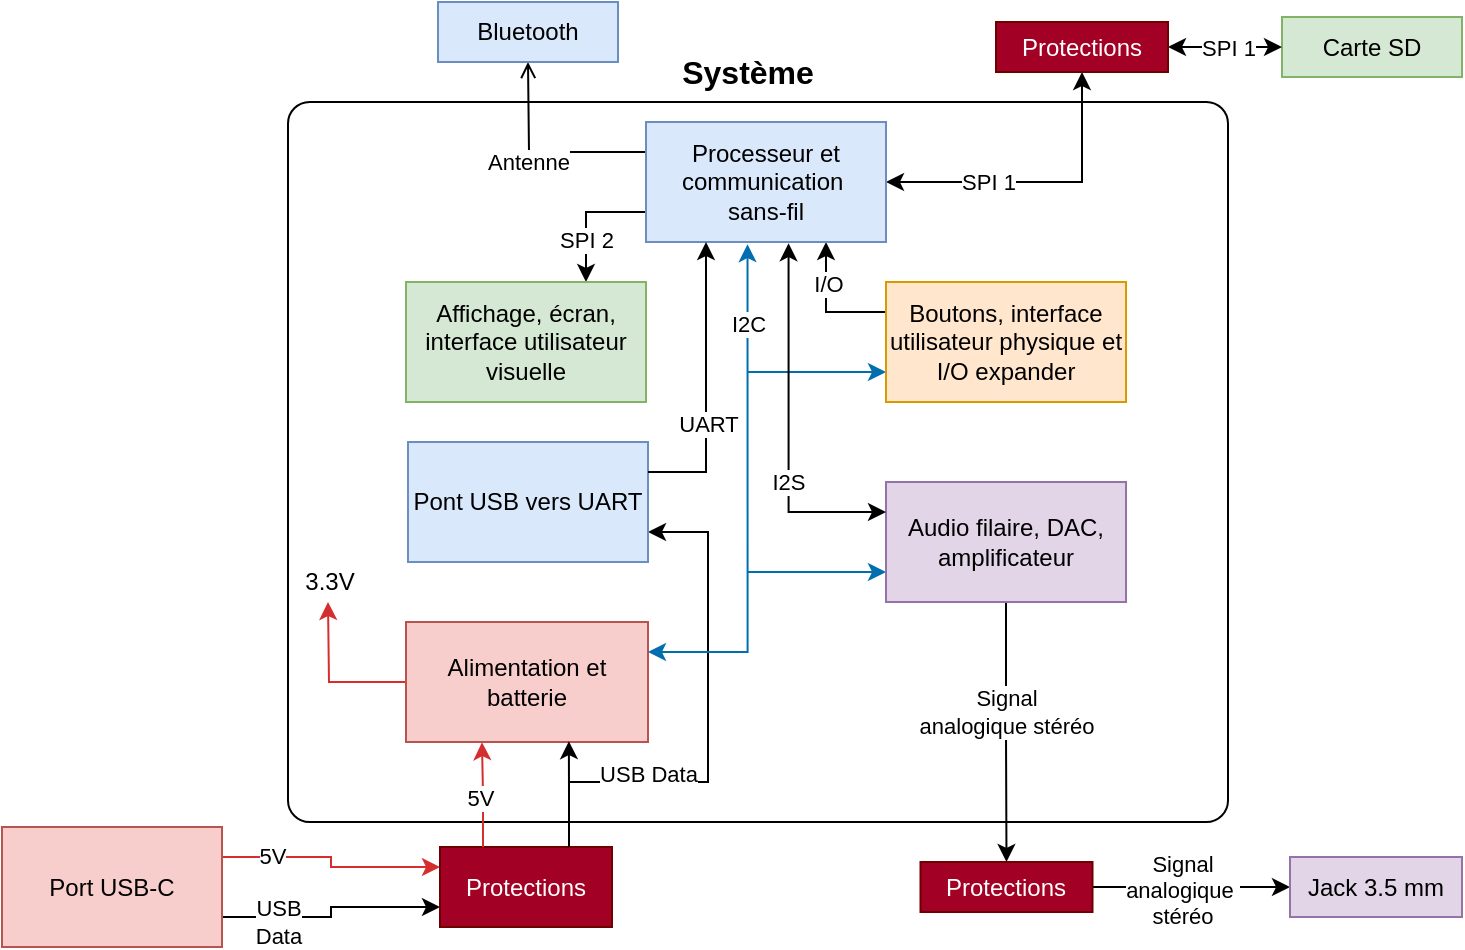
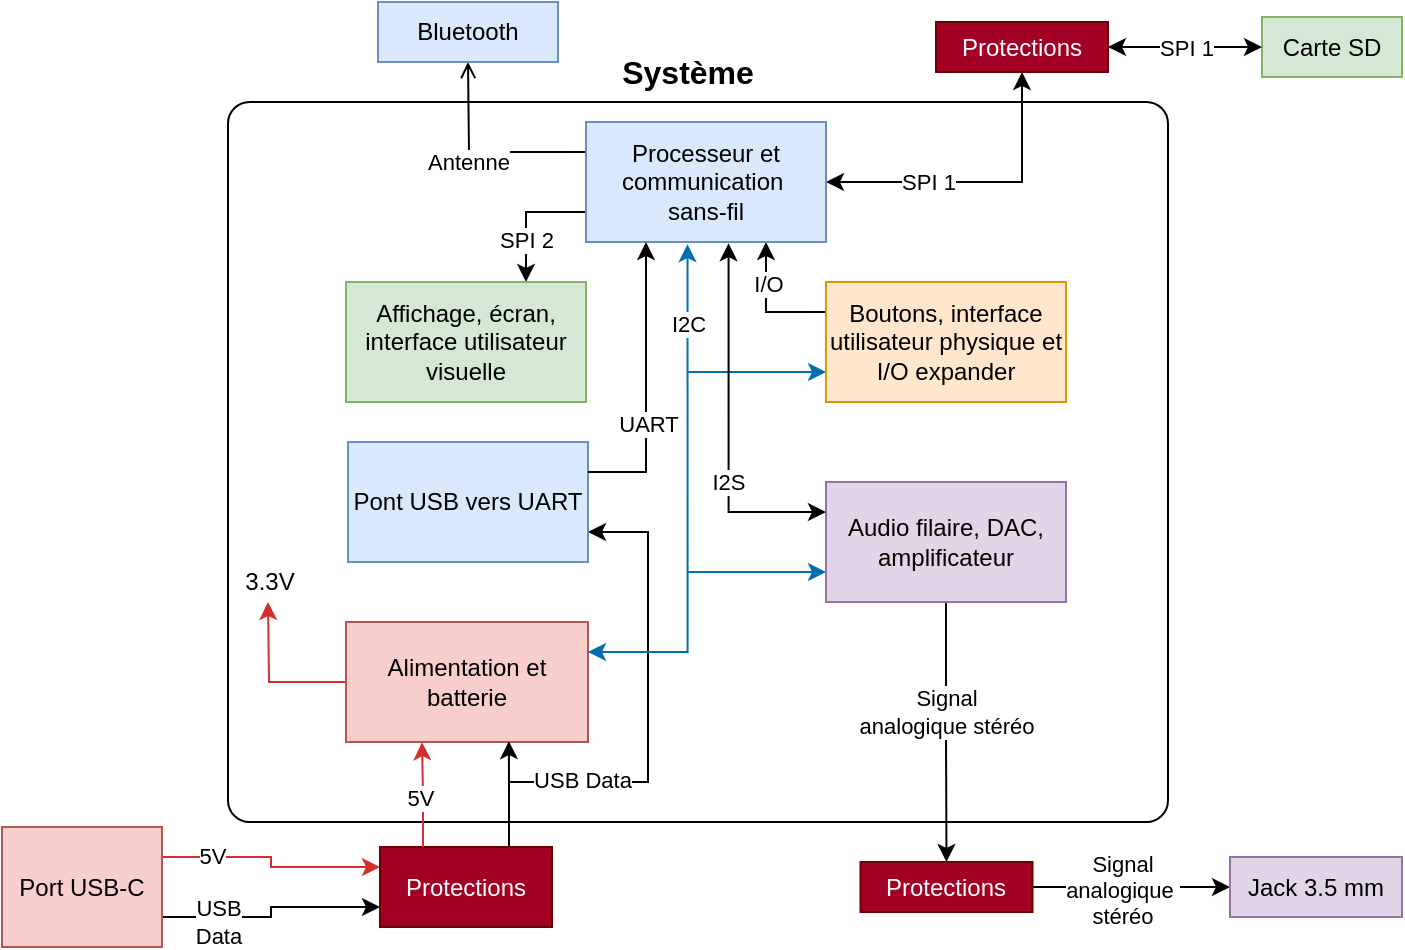
<mxfile host="app.diagrams.net" agent="Mozilla/5.0 (Windows NT 10.0; Win64; x64; rv:148.0) Gecko/20100101 Firefox/148.0">
  <diagram name="Page-1" id="Mp4qxl4u3dfNtDBe53xb">
    <mxGraphModel dx="1539" dy="701" grid="1" gridSize="10" guides="1" tooltips="1" connect="1" arrows="1" fold="1" page="1" pageScale="1" pageWidth="827" pageHeight="1169" math="0" shadow="0">
      <root>
        <mxCell id="0" />
        <mxCell id="1" parent="0" />
        <mxCell id="InfD0HFL66ZjcEA0G4re-41" parent="1" style="rounded=1;whiteSpace=wrap;html=1;arcSize=3;" value="" vertex="1">
          <mxGeometry height="360" width="470" x="183" y="340" as="geometry" />
        </mxCell>
        <mxCell id="zYMX3MGjl0S8vz_TeQ27-14" edge="1" parent="1" source="mWaRPkYXV2c9awh6F8o4-3" style="edgeStyle=orthogonalEdgeStyle;rounded=0;orthogonalLoop=1;jettySize=auto;html=1;exitX=1;exitY=0.25;exitDx=0;exitDy=0;entryX=0;entryY=0.25;entryDx=0;entryDy=0;fillColor=#f8cecc;strokeColor=#D52E2E;" target="mWaRPkYXV2c9awh6F8o4-29">
          <mxGeometry relative="1" as="geometry" />
        </mxCell>
        <mxCell id="zYMX3MGjl0S8vz_TeQ27-16" connectable="0" parent="zYMX3MGjl0S8vz_TeQ27-14" style="edgeLabel;html=1;align=center;verticalAlign=middle;resizable=0;points=[];" value="5V" vertex="1">
          <mxGeometry relative="1" x="-0.6169" y="-2" as="geometry">
            <mxPoint x="3" y="-3" as="offset" />
          </mxGeometry>
        </mxCell>
        <mxCell id="zYMX3MGjl0S8vz_TeQ27-15" edge="1" parent="1" source="mWaRPkYXV2c9awh6F8o4-3" style="edgeStyle=orthogonalEdgeStyle;rounded=0;orthogonalLoop=1;jettySize=auto;html=1;exitX=1;exitY=0.75;exitDx=0;exitDy=0;entryX=0;entryY=0.75;entryDx=0;entryDy=0;" target="mWaRPkYXV2c9awh6F8o4-29">
          <mxGeometry relative="1" as="geometry" />
        </mxCell>
        <mxCell id="zYMX3MGjl0S8vz_TeQ27-17" connectable="0" parent="zYMX3MGjl0S8vz_TeQ27-15" style="edgeLabel;html=1;align=center;verticalAlign=middle;resizable=0;points=[];" value="&lt;div&gt;USB&lt;/div&gt;&lt;div&gt;Data&lt;/div&gt;" vertex="1">
          <mxGeometry relative="1" x="-0.505" y="-2" as="geometry">
            <mxPoint as="offset" />
          </mxGeometry>
        </mxCell>
        <mxCell id="mWaRPkYXV2c9awh6F8o4-3" parent="1" style="rounded=0;whiteSpace=wrap;html=1;fillColor=#f8cecc;strokeColor=#b85450;" value="Port USB-C" vertex="1">
-           <mxGeometry height="60" width="110" x="40" y="702.5" as="geometry" />
+           <mxGeometry height="60" width="80" x="70" y="702.5" as="geometry" />
        </mxCell>
        <mxCell id="InfD0HFL66ZjcEA0G4re-30" edge="1" parent="1" source="mWaRPkYXV2c9awh6F8o4-9" style="edgeStyle=orthogonalEdgeStyle;rounded=0;orthogonalLoop=1;jettySize=auto;html=1;exitX=0;exitY=0.5;exitDx=0;exitDy=0;strokeColor=#D52E2E;">
          <mxGeometry relative="1" as="geometry">
            <mxPoint x="203" y="590" as="targetPoint" />
          </mxGeometry>
        </mxCell>
        <mxCell id="mWaRPkYXV2c9awh6F8o4-9" parent="1" style="rounded=0;whiteSpace=wrap;html=1;fillColor=#f8cecc;strokeColor=#b85450;" value="Alimentation et batterie" vertex="1">
          <mxGeometry height="60" width="121" x="242" y="600" as="geometry" />
        </mxCell>
        <mxCell id="mWaRPkYXV2c9awh6F8o4-10" edge="1" parent="1" source="mWaRPkYXV2c9awh6F8o4-17" style="edgeStyle=orthogonalEdgeStyle;rounded=0;orthogonalLoop=1;jettySize=auto;html=1;exitX=0;exitY=0.25;exitDx=0;exitDy=0;endArrow=open;endFill=0;">
          <mxGeometry relative="1" as="geometry">
            <mxPoint x="303" y="320" as="targetPoint" />
          </mxGeometry>
        </mxCell>
        <mxCell id="mWaRPkYXV2c9awh6F8o4-11" connectable="0" parent="mWaRPkYXV2c9awh6F8o4-10" style="edgeLabel;html=1;align=center;verticalAlign=middle;resizable=0;points=[];" value="&lt;div&gt;Antenne&lt;/div&gt;" vertex="1">
          <mxGeometry relative="1" x="0.3241" y="1" as="geometry">
            <mxPoint y="15" as="offset" />
          </mxGeometry>
        </mxCell>
        <mxCell id="mWaRPkYXV2c9awh6F8o4-14" edge="1" parent="1" source="mWaRPkYXV2c9awh6F8o4-17" style="edgeStyle=orthogonalEdgeStyle;rounded=0;orthogonalLoop=1;jettySize=auto;html=1;exitX=0.75;exitY=1;exitDx=0;exitDy=0;entryX=0;entryY=0.25;entryDx=0;entryDy=0;startArrow=classic;startFill=1;endArrow=none;endFill=0;" target="mWaRPkYXV2c9awh6F8o4-19">
          <mxGeometry relative="1" as="geometry" />
        </mxCell>
        <mxCell id="InfD0HFL66ZjcEA0G4re-4" connectable="0" parent="mWaRPkYXV2c9awh6F8o4-14" style="edgeLabel;html=1;align=center;verticalAlign=middle;resizable=0;points=[];" value="I/O" vertex="1">
          <mxGeometry relative="1" x="-0.3549" y="1" as="geometry">
            <mxPoint as="offset" />
          </mxGeometry>
        </mxCell>
        <mxCell id="mWaRPkYXV2c9awh6F8o4-16" edge="1" parent="1" source="mWaRPkYXV2c9awh6F8o4-17" style="edgeStyle=orthogonalEdgeStyle;rounded=0;orthogonalLoop=1;jettySize=auto;html=1;exitX=1;exitY=0.5;exitDx=0;exitDy=0;entryX=0.5;entryY=1;entryDx=0;entryDy=0;strokeColor=#000000;startArrow=classic;startFill=1;" target="mWaRPkYXV2c9awh6F8o4-31">
          <mxGeometry relative="1" as="geometry" />
        </mxCell>
        <mxCell id="InfD0HFL66ZjcEA0G4re-1" connectable="0" parent="mWaRPkYXV2c9awh6F8o4-16" style="edgeLabel;html=1;align=center;verticalAlign=middle;resizable=0;points=[];" value="SPI 1" vertex="1">
          <mxGeometry relative="1" x="0.3219" y="2" as="geometry">
            <mxPoint x="-45" y="3" as="offset" />
          </mxGeometry>
        </mxCell>
        <mxCell id="InfD0HFL66ZjcEA0G4re-27" edge="1" parent="1" source="mWaRPkYXV2c9awh6F8o4-17" style="edgeStyle=orthogonalEdgeStyle;rounded=0;orthogonalLoop=1;jettySize=auto;html=1;exitX=0;exitY=0.75;exitDx=0;exitDy=0;entryX=0.75;entryY=0;entryDx=0;entryDy=0;" target="mWaRPkYXV2c9awh6F8o4-18">
          <mxGeometry relative="1" as="geometry" />
        </mxCell>
        <mxCell id="InfD0HFL66ZjcEA0G4re-28" connectable="0" parent="InfD0HFL66ZjcEA0G4re-27" style="edgeLabel;html=1;align=center;verticalAlign=middle;resizable=0;points=[];" value="SPI 2" vertex="1">
          <mxGeometry relative="1" x="0.3448" as="geometry">
            <mxPoint as="offset" />
          </mxGeometry>
        </mxCell>
        <mxCell id="mWaRPkYXV2c9awh6F8o4-17" parent="1" style="rounded=0;whiteSpace=wrap;html=1;fillColor=#dae8fc;strokeColor=#6c8ebf;" value="&lt;div&gt;Processeur et communication&amp;nbsp;&lt;/div&gt;&lt;div&gt;sans-fil&lt;/div&gt;" vertex="1">
          <mxGeometry height="60" width="120" x="362" y="350" as="geometry" />
        </mxCell>
        <mxCell id="mWaRPkYXV2c9awh6F8o4-18" parent="1" style="rounded=0;whiteSpace=wrap;html=1;fillColor=#d5e8d4;strokeColor=#82b366;" value="Affichage, écran, interface utilisateur visuelle" vertex="1">
          <mxGeometry height="60" width="120" x="242" y="430" as="geometry" />
        </mxCell>
        <mxCell id="zYMX3MGjl0S8vz_TeQ27-9" edge="1" parent="1" source="mWaRPkYXV2c9awh6F8o4-19" style="edgeStyle=orthogonalEdgeStyle;rounded=0;orthogonalLoop=1;jettySize=auto;html=1;exitX=0;exitY=0.75;exitDx=0;exitDy=0;startArrow=classic;startFill=1;endArrow=none;endFill=0;fillColor=#1ba1e2;strokeColor=#006EAF;">
          <mxGeometry relative="1" as="geometry">
            <mxPoint x="413" y="475" as="targetPoint" />
          </mxGeometry>
        </mxCell>
        <mxCell id="mWaRPkYXV2c9awh6F8o4-19" parent="1" style="rounded=0;whiteSpace=wrap;html=1;fillColor=#ffe6cc;strokeColor=#d79b00;" value="Boutons, interface utilisateur physique et I/O expander" vertex="1">
          <mxGeometry height="60" width="120" x="482" y="430" as="geometry" />
        </mxCell>
        <mxCell id="InfD0HFL66ZjcEA0G4re-32" edge="1" parent="1" source="mWaRPkYXV2c9awh6F8o4-22" style="edgeStyle=orthogonalEdgeStyle;rounded=0;orthogonalLoop=1;jettySize=auto;html=1;exitX=0.5;exitY=1;exitDx=0;exitDy=0;entryX=0.5;entryY=0;entryDx=0;entryDy=0;" target="mWaRPkYXV2c9awh6F8o4-33">
          <mxGeometry relative="1" as="geometry" />
        </mxCell>
        <mxCell id="InfD0HFL66ZjcEA0G4re-33" connectable="0" parent="InfD0HFL66ZjcEA0G4re-32" style="edgeLabel;html=1;align=center;verticalAlign=middle;resizable=0;points=[];" value="&lt;div&gt;Signal&lt;/div&gt;&lt;div&gt;analogique stéréo&lt;/div&gt;" vertex="1">
          <mxGeometry relative="1" x="-0.0581" as="geometry">
            <mxPoint y="-7" as="offset" />
          </mxGeometry>
        </mxCell>
        <mxCell id="zYMX3MGjl0S8vz_TeQ27-4" edge="1" parent="1" source="mWaRPkYXV2c9awh6F8o4-22" style="edgeStyle=orthogonalEdgeStyle;rounded=0;orthogonalLoop=1;jettySize=auto;html=1;exitX=0;exitY=0.75;exitDx=0;exitDy=0;endArrow=none;endFill=0;startArrow=classic;startFill=1;fillColor=#1ba1e2;strokeColor=#006EAF;">
          <mxGeometry relative="1" as="geometry">
            <mxPoint x="413" y="575" as="targetPoint" />
          </mxGeometry>
        </mxCell>
        <mxCell id="mWaRPkYXV2c9awh6F8o4-22" parent="1" style="rounded=0;whiteSpace=wrap;html=1;fillColor=#e1d5e7;strokeColor=#9673a6;" value="Audio filaire, DAC, amplificateur" vertex="1">
          <mxGeometry height="60" width="120" x="482" y="530" as="geometry" />
        </mxCell>
        <mxCell id="mWaRPkYXV2c9awh6F8o4-23" parent="1" style="rounded=0;whiteSpace=wrap;html=1;fillColor=#d5e8d4;strokeColor=#82b366;" value="Carte SD" vertex="1">
-           <mxGeometry height="30" width="90" x="680" y="297.5" as="geometry" />
+           <mxGeometry height="30" width="70" x="700" y="297.5" as="geometry" />
        </mxCell>
        <mxCell id="InfD0HFL66ZjcEA0G4re-22" edge="1" parent="1" source="mWaRPkYXV2c9awh6F8o4-29" style="edgeStyle=orthogonalEdgeStyle;rounded=0;orthogonalLoop=1;jettySize=auto;html=1;exitX=0.75;exitY=0;exitDx=0;exitDy=0;entryX=1;entryY=0.75;entryDx=0;entryDy=0;strokeColor=#000000;" target="InfD0HFL66ZjcEA0G4re-16">
          <mxGeometry relative="1" as="geometry">
            <Array as="points">
              <mxPoint x="323" y="680" />
              <mxPoint x="393" y="680" />
              <mxPoint x="393" y="555" />
            </Array>
          </mxGeometry>
        </mxCell>
        <mxCell id="InfD0HFL66ZjcEA0G4re-37" connectable="0" parent="InfD0HFL66ZjcEA0G4re-22" style="edgeLabel;html=1;align=center;verticalAlign=middle;resizable=0;points=[];" value="&lt;div&gt;USB Data&lt;/div&gt;" vertex="1">
          <mxGeometry relative="1" x="-0.0447" y="-1" as="geometry">
-             <mxPoint x="-31" y="17" as="offset" />
+             <mxPoint x="-34" y="20" as="offset" />
          </mxGeometry>
        </mxCell>
        <mxCell id="mWaRPkYXV2c9awh6F8o4-29" parent="1" style="rounded=0;whiteSpace=wrap;html=1;fillColor=#a20025;fontColor=#ffffff;strokeColor=#6F0000;" value="Protections" vertex="1">
          <mxGeometry height="40" width="86" x="259" y="712.5" as="geometry" />
        </mxCell>
        <mxCell id="InfD0HFL66ZjcEA0G4re-42" edge="1" parent="1" source="mWaRPkYXV2c9awh6F8o4-31" style="edgeStyle=orthogonalEdgeStyle;rounded=0;orthogonalLoop=1;jettySize=auto;html=1;startArrow=classic;startFill=1;" target="mWaRPkYXV2c9awh6F8o4-23" value="">
          <mxGeometry relative="1" as="geometry" />
        </mxCell>
        <mxCell id="InfD0HFL66ZjcEA0G4re-43" connectable="0" parent="InfD0HFL66ZjcEA0G4re-42" style="edgeLabel;html=1;align=center;verticalAlign=middle;resizable=0;points=[];" value="SPI 1" vertex="1">
          <mxGeometry relative="1" x="0.4232" y="1" as="geometry">
-             <mxPoint x="-11" y="1" as="offset" />
+             <mxPoint x="-16" y="1" as="offset" />
          </mxGeometry>
        </mxCell>
        <mxCell id="mWaRPkYXV2c9awh6F8o4-31" parent="1" style="rounded=0;whiteSpace=wrap;html=1;fillColor=#a20025;fontColor=#ffffff;strokeColor=#6F0000;" value="Protections" vertex="1">
          <mxGeometry height="25" width="86" x="537" y="300" as="geometry" />
        </mxCell>
        <mxCell id="zYMX3MGjl0S8vz_TeQ27-18" edge="1" parent="1" source="mWaRPkYXV2c9awh6F8o4-33" style="edgeStyle=orthogonalEdgeStyle;rounded=0;orthogonalLoop=1;jettySize=auto;html=1;" target="mWaRPkYXV2c9awh6F8o4-34" value="">
          <mxGeometry relative="1" as="geometry" />
        </mxCell>
        <mxCell id="zYMX3MGjl0S8vz_TeQ27-19" connectable="0" parent="zYMX3MGjl0S8vz_TeQ27-18" style="edgeLabel;html=1;align=center;verticalAlign=middle;resizable=0;points=[];" value="&lt;div&gt;Signal&lt;/div&gt;&lt;div&gt;analogique&amp;nbsp;&lt;/div&gt;&lt;div&gt;stéréo&lt;/div&gt;" vertex="1">
          <mxGeometry relative="1" x="-0.2371" y="1" as="geometry">
            <mxPoint x="7" y="2" as="offset" />
          </mxGeometry>
        </mxCell>
        <mxCell id="mWaRPkYXV2c9awh6F8o4-33" parent="1" style="rounded=0;whiteSpace=wrap;html=1;fillColor=#a20025;fontColor=#ffffff;strokeColor=#6F0000;rotation=0;" value="Protections" vertex="1">
          <mxGeometry height="25" width="86" x="499.25" y="720" as="geometry" />
        </mxCell>
        <mxCell id="mWaRPkYXV2c9awh6F8o4-34" parent="1" style="rounded=0;whiteSpace=wrap;html=1;fillColor=#e1d5e7;strokeColor=#9673a6;" value="Jack 3.5 mm" vertex="1">
          <mxGeometry height="30" width="86" x="684" y="717.5" as="geometry" />
        </mxCell>
        <mxCell id="InfD0HFL66ZjcEA0G4re-16" parent="1" style="rounded=0;whiteSpace=wrap;html=1;fillColor=#dae8fc;strokeColor=#6c8ebf;" value="&lt;div&gt;Pont USB vers UART&lt;/div&gt;" vertex="1">
          <mxGeometry height="60" width="120" x="243" y="510" as="geometry" />
        </mxCell>
        <mxCell id="InfD0HFL66ZjcEA0G4re-20" edge="1" parent="1" source="mWaRPkYXV2c9awh6F8o4-29" style="edgeStyle=orthogonalEdgeStyle;rounded=0;orthogonalLoop=1;jettySize=auto;html=1;exitX=0.25;exitY=0;exitDx=0;exitDy=0;entryX=0.314;entryY=1.002;entryDx=0;entryDy=0;entryPerimeter=0;strokeColor=#D52E2E;" target="mWaRPkYXV2c9awh6F8o4-9">
          <mxGeometry relative="1" as="geometry" />
        </mxCell>
        <mxCell id="InfD0HFL66ZjcEA0G4re-35" connectable="0" parent="InfD0HFL66ZjcEA0G4re-20" style="edgeLabel;html=1;align=center;verticalAlign=middle;resizable=0;points=[];" value="5V" vertex="1">
          <mxGeometry relative="1" x="-0.0698" y="2" as="geometry">
            <mxPoint as="offset" />
          </mxGeometry>
        </mxCell>
        <mxCell id="InfD0HFL66ZjcEA0G4re-23" edge="1" parent="1" source="InfD0HFL66ZjcEA0G4re-16" style="edgeStyle=orthogonalEdgeStyle;rounded=0;orthogonalLoop=1;jettySize=auto;html=1;exitX=1;exitY=0.25;exitDx=0;exitDy=0;entryX=0.25;entryY=1;entryDx=0;entryDy=0;fillColor=#dae8fc;strokeColor=#000000;" target="mWaRPkYXV2c9awh6F8o4-17">
          <mxGeometry relative="1" as="geometry">
            <mxPoint x="403" y="411" as="targetPoint" />
          </mxGeometry>
        </mxCell>
        <mxCell id="InfD0HFL66ZjcEA0G4re-38" connectable="0" parent="InfD0HFL66ZjcEA0G4re-23" style="edgeLabel;html=1;align=center;verticalAlign=middle;resizable=0;points=[];" value="UART" vertex="1">
          <mxGeometry relative="1" x="-0.3114" as="geometry">
            <mxPoint x="1" y="-4" as="offset" />
          </mxGeometry>
        </mxCell>
        <mxCell id="InfD0HFL66ZjcEA0G4re-24" edge="1" parent="1" source="mWaRPkYXV2c9awh6F8o4-22" style="edgeStyle=orthogonalEdgeStyle;rounded=0;orthogonalLoop=1;jettySize=auto;html=1;exitX=0;exitY=0.25;exitDx=0;exitDy=0;entryX=0.594;entryY=1.01;entryDx=0;entryDy=0;entryPerimeter=0;startArrow=classic;startFill=1;strokeColor=#000000;" target="mWaRPkYXV2c9awh6F8o4-17">
          <mxGeometry relative="1" as="geometry" />
        </mxCell>
        <mxCell id="InfD0HFL66ZjcEA0G4re-40" connectable="0" parent="InfD0HFL66ZjcEA0G4re-24" style="edgeLabel;html=1;align=center;verticalAlign=middle;resizable=0;points=[];" value="I2S" vertex="1">
          <mxGeometry relative="1" x="0.024" y="1" as="geometry">
            <mxPoint y="30" as="offset" />
          </mxGeometry>
        </mxCell>
        <mxCell id="InfD0HFL66ZjcEA0G4re-29" edge="1" parent="1" source="mWaRPkYXV2c9awh6F8o4-9" style="edgeStyle=orthogonalEdgeStyle;rounded=0;orthogonalLoop=1;jettySize=auto;html=1;exitX=1;exitY=0.25;exitDx=0;exitDy=0;entryX=0.423;entryY=1.018;entryDx=0;entryDy=0;entryPerimeter=0;strokeColor=#006EAF;startArrow=classic;startFill=1;fillColor=#1ba1e2;" target="mWaRPkYXV2c9awh6F8o4-17">
          <mxGeometry relative="1" as="geometry" />
        </mxCell>
        <mxCell id="InfD0HFL66ZjcEA0G4re-39" connectable="0" parent="InfD0HFL66ZjcEA0G4re-29" style="edgeLabel;html=1;align=center;verticalAlign=middle;resizable=0;points=[];" value="I2C" vertex="1">
          <mxGeometry relative="1" x="-0.3645" y="-2" as="geometry">
            <mxPoint x="-2" y="-134" as="offset" />
          </mxGeometry>
        </mxCell>
        <mxCell id="InfD0HFL66ZjcEA0G4re-31" parent="1" style="text;html=1;whiteSpace=wrap;strokeColor=none;fillColor=none;align=center;verticalAlign=middle;rounded=0;" value="3.3V" vertex="1">
          <mxGeometry height="30" width="60" x="174" y="565" as="geometry" />
        </mxCell>
        <mxCell id="1Toc3cIqXZPEAH0HjKzK-1" parent="1" style="text;html=1;whiteSpace=wrap;strokeColor=none;fillColor=none;align=center;verticalAlign=middle;rounded=0;fontStyle=1;fontSize=16;" value="Système" vertex="1">
          <mxGeometry height="30" width="60" x="383" y="310" as="geometry" />
        </mxCell>
        <mxCell id="zYMX3MGjl0S8vz_TeQ27-10" edge="1" parent="1" source="mWaRPkYXV2c9awh6F8o4-29" style="edgeStyle=orthogonalEdgeStyle;rounded=0;orthogonalLoop=1;jettySize=auto;html=1;exitX=0.75;exitY=0;exitDx=0;exitDy=0;entryX=0.673;entryY=0.993;entryDx=0;entryDy=0;entryPerimeter=0;" target="mWaRPkYXV2c9awh6F8o4-9">
          <mxGeometry relative="1" as="geometry" />
        </mxCell>
        <mxCell id="zYMX3MGjl0S8vz_TeQ27-12" parent="1" style="rounded=0;whiteSpace=wrap;html=1;fillColor=#dae8fc;strokeColor=#6c8ebf;" value="Bluetooth" vertex="1">
          <mxGeometry height="30" width="90" x="258" y="290" as="geometry" />
        </mxCell>
      </root>
    </mxGraphModel>
  </diagram>
</mxfile>
